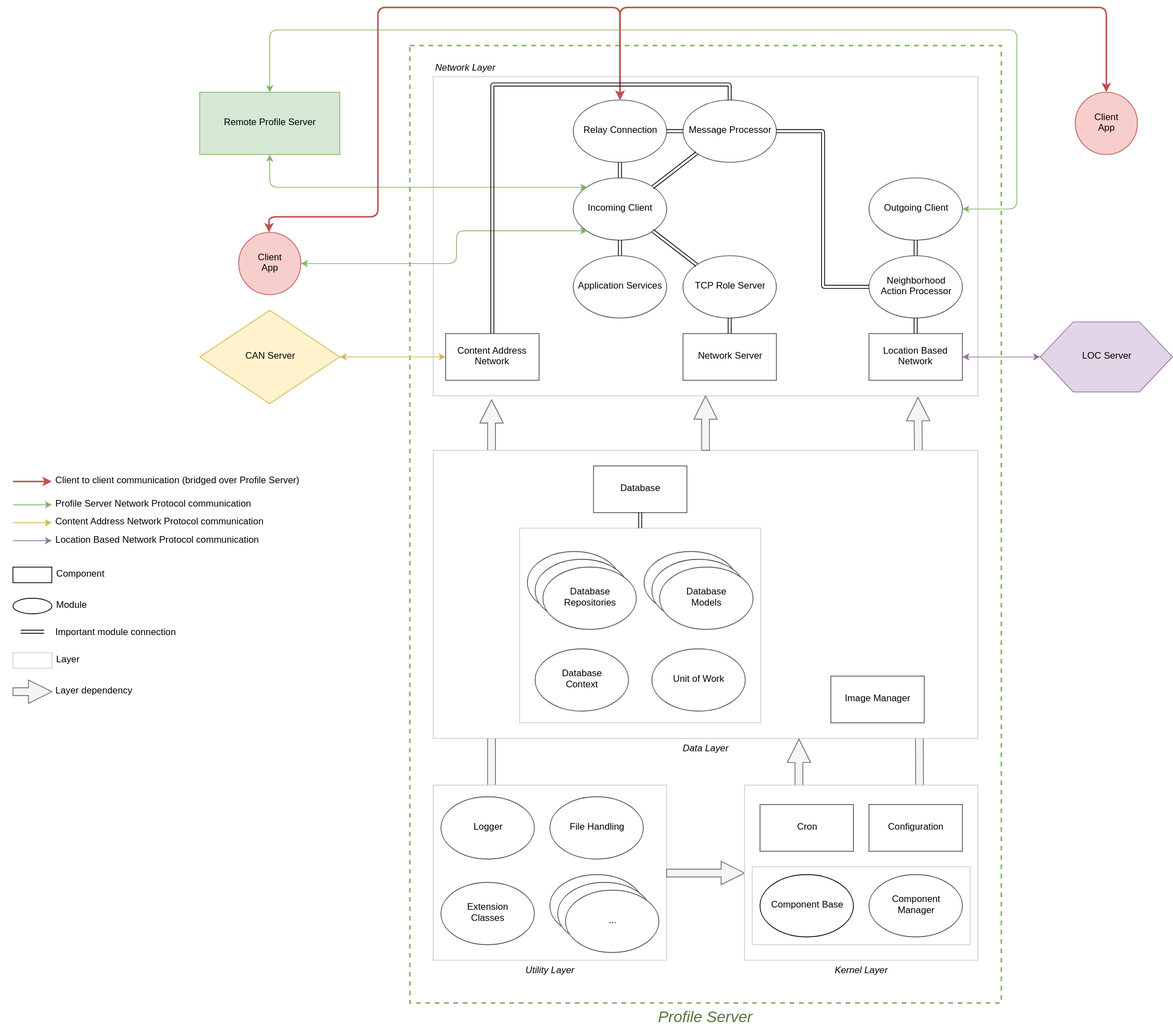
This is docs/images/ps-component-layers.svg from Internet-of-People/iop-profile-server, a draw.io export, as it was before one commit. Source tidied: cells renumbered, new cells last; positions are measured from the earlier drawing's top-left corner, leaving out a move shared by most shapes.
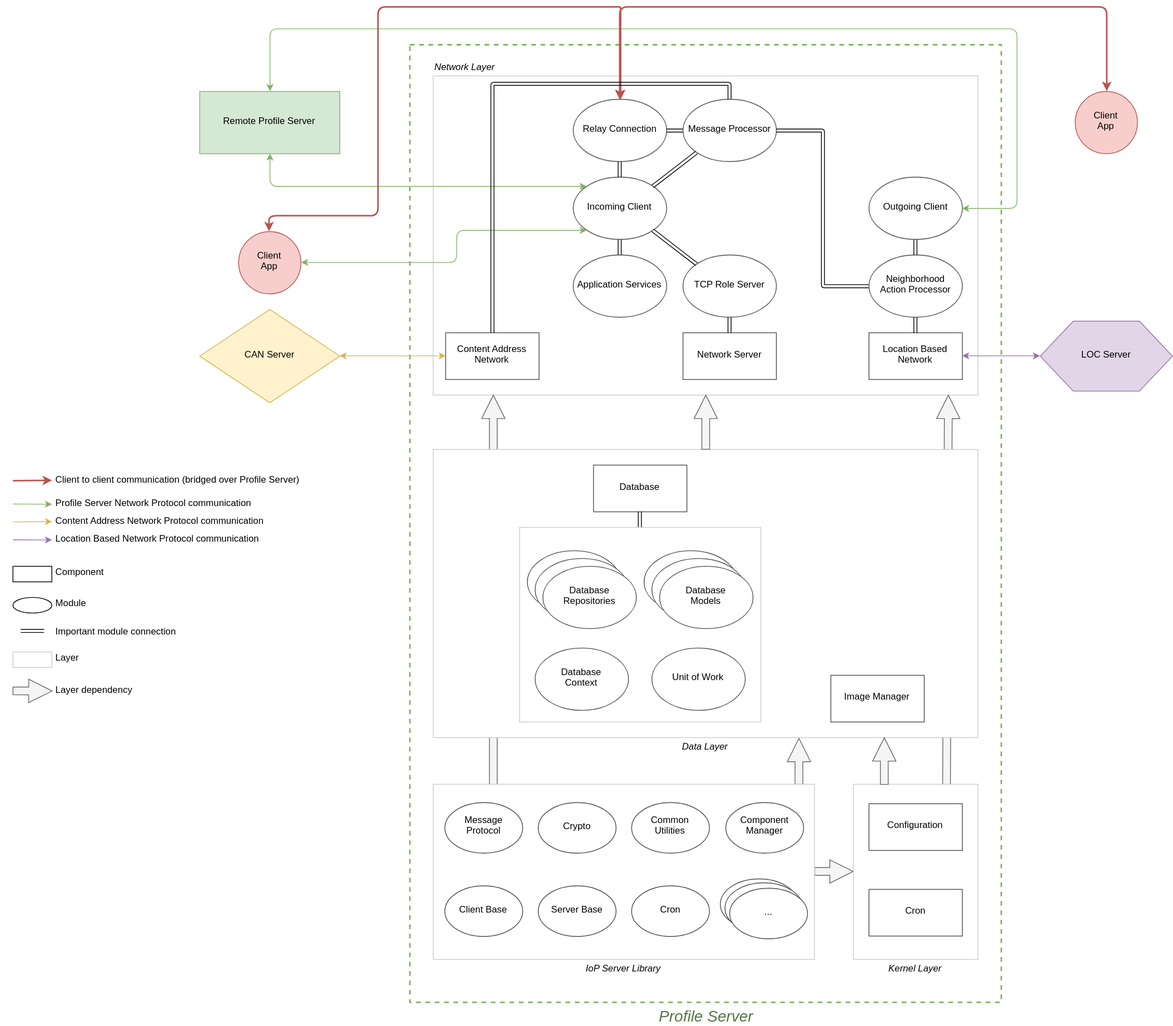
After the commit.

Commit message:
profile server architecture picture update

Diff of the diagram source:
```diff
@@ -8,13 +8,11 @@
     <mxCell id="3" value="Network Layer&lt;br&gt;" style="whiteSpace=wrap;html=1;strokeColor=#CCCCCC;align=left;labelPosition=center;verticalLabelPosition=top;verticalAlign=bottom;fontStyle=2;" parent="1" vertex="1">
       <mxGeometry x="540" y="89" width="700" height="410" as="geometry" />
     </mxCell>
-    <mxCell id="4" style="endArrow=classic;html=1;strokeWidth=1;fontColor=#CCCCCC;exitX=0.75;exitY=0;entryX=0.89;entryY=1.005;entryPerimeter=0;shape=arrow;fillColor=#f5f5f5;strokeColor=#666666;" parent="1" edge="1" source="46" target="3">
+    <mxCell id="4" style="endArrow=classic;html=1;strokeWidth=1;fontColor=#CCCCCC;exitX=0.75;exitY=0;shape=arrow;fillColor=#f5f5f5;strokeColor=#666666;entryX=0.946;entryY=1;entryPerimeter=0;" parent="1" edge="1" source="46" target="3">
       <mxGeometry relative="1" as="geometry" />
     </mxCell>
-    <mxCell id="5" style="endArrow=classic;html=1;strokeWidth=1;fontColor=#CCCCCC;exitX=0.25;exitY=0;shape=arrow;labelBackgroundColor=#CCCCCC;fillColor=#f5f5f5;strokeColor=#666666;" parent="1" edge="1" source="20">
-      <mxGeometry relative="1" as="geometry">
-        <mxPoint x="615" y="504" as="targetPoint" />
-      </mxGeometry>
+    <mxCell id="5" style="endArrow=classic;html=1;strokeWidth=1;fontColor=#CCCCCC;exitX=0.158;exitY=0.001;shape=arrow;labelBackgroundColor=#CCCCCC;fillColor=#f5f5f5;strokeColor=#666666;exitPerimeter=0;entryX=0.111;entryY=1;entryPerimeter=0;" parent="1" edge="1" source="20" target="3">
+      <mxGeometry relative="1" as="geometry" />
     </mxCell>
     <mxCell id="6" value="Network Server&lt;br&gt;" style="whiteSpace=wrap;html=1;strokeColor=#4D4D4D;align=center;" parent="1" vertex="1">
       <mxGeometry x="861" y="419" width="120" height="60" as="geometry" />
@@ -55,30 +53,6 @@
     <mxCell id="18" style="endArrow=classic;startArrow=classic;html=1;strokeWidth=1;entryX=0.5;entryY=0;exitX=0.5;exitY=1;shape=link;" parent="1" edge="1" source="11" target="9">
       <mxGeometry relative="1" as="geometry" />
     </mxCell>
-    <mxCell id="19" style="group;" parent="1" vertex="1">
-      <mxGeometry x="540" y="999" width="300" height="225" as="geometry" />
-    </mxCell>
-    <mxCell id="20" value="Utility Layer&lt;br&gt;" style="whiteSpace=wrap;html=1;strokeColor=#CCCCCC;align=center;labelPosition=center;verticalLabelPosition=bottom;verticalAlign=top;fontStyle=2;" parent="19" vertex="1">
-      <mxGeometry width="300" height="225" as="geometry" />
-    </mxCell>
-    <mxCell id="21" value="Logger" style="ellipse;whiteSpace=wrap;html=1;strokeColor=#4D4D4D;align=center;" parent="19" vertex="1">
-      <mxGeometry x="10" y="15" width="120" height="80" as="geometry" />
-    </mxCell>
-    <mxCell id="22" value="Extension&lt;br&gt;Classes&lt;br&gt;" style="ellipse;whiteSpace=wrap;html=1;strokeColor=#4D4D4D;align=center;" parent="19" vertex="1">
-      <mxGeometry x="10" y="125" width="120" height="80" as="geometry" />
-    </mxCell>
-    <mxCell id="23" value="File Handling&lt;br&gt;" style="ellipse;whiteSpace=wrap;html=1;strokeColor=#4D4D4D;align=center;" parent="19" vertex="1">
-      <mxGeometry x="150" y="15" width="120" height="80" as="geometry" />
-    </mxCell>
-    <mxCell id="24" style="ellipse;whiteSpace=wrap;html=1;strokeColor=#4D4D4D;align=center;" parent="19" vertex="1">
-      <mxGeometry x="150" y="115" width="120" height="80" as="geometry" />
-    </mxCell>
-    <mxCell id="25" style="ellipse;whiteSpace=wrap;html=1;strokeColor=#4D4D4D;align=center;" parent="19" vertex="1">
-      <mxGeometry x="160" y="125" width="120" height="80" as="geometry" />
-    </mxCell>
-    <mxCell id="26" value="..." style="ellipse;whiteSpace=wrap;html=1;strokeColor=#4D4D4D;align=center;" parent="19" vertex="1">
-      <mxGeometry x="170" y="135" width="120" height="80" as="geometry" />
-    </mxCell>
     <mxCell id="27" style="endArrow=classic;html=1;strokeWidth=1;entryX=0;entryY=0.5;exitX=1;exitY=0.5;shape=arrow;fontColor=#CCCCCC;fillColor=#f5f5f5;strokeColor=#666666;" parent="1" edge="1" source="20" target="46">
       <mxGeometry relative="1" as="geometry" />
     </mxCell>
@@ -136,27 +110,6 @@
     <mxCell id="44" style="endArrow=classic;html=1;strokeWidth=1;fontColor=#CCCCCC;exitX=0.5;exitY=0;entryX=0.5;entryY=1;shape=arrow;fillColor=#f5f5f5;strokeColor=#666666;" parent="1" edge="1" source="29" target="3">
       <mxGeometry relative="1" as="geometry" />
     </mxCell>
-    <mxCell id="45" style="group;" parent="1" vertex="1">
-      <mxGeometry x="940" y="999" width="300" height="225" as="geometry" />
-    </mxCell>
-    <mxCell id="46" value="Kernel Layer&lt;br&gt;" style="whiteSpace=wrap;html=1;strokeColor=#CCCCCC;align=center;labelPosition=center;verticalLabelPosition=bottom;verticalAlign=top;fontStyle=2;" parent="45" vertex="1">
-      <mxGeometry width="300" height="225" as="geometry" />
-    </mxCell>
-    <mxCell id="47" style="whiteSpace=wrap;html=1;strokeColor=#CCCCCC;align=center;" parent="45" vertex="1">
-      <mxGeometry x="10" y="105" width="280" height="100" as="geometry" />
-    </mxCell>
-    <mxCell id="48" value="Component Base&lt;br&gt;" style="ellipse;whiteSpace=wrap;html=1;strokeColor=#000000;fontColor=#000000;align=center;" parent="45" vertex="1">
-      <mxGeometry x="20" y="115" width="120" height="80" as="geometry" />
-    </mxCell>
-    <mxCell id="49" value="Configuration" style="whiteSpace=wrap;html=1;strokeColor=#4D4D4D;align=center;" parent="45" vertex="1">
-      <mxGeometry x="160" y="25" width="120" height="60" as="geometry" />
-    </mxCell>
-    <mxCell id="50" value="Cron" style="whiteSpace=wrap;html=1;strokeColor=#4D4D4D;align=center;" parent="45" vertex="1">
-      <mxGeometry x="20" y="25" width="120" height="60" as="geometry" />
-    </mxCell>
-    <mxCell id="51" value="Component&lt;br&gt;Manager&lt;br&gt;" style="ellipse;whiteSpace=wrap;html=1;strokeColor=#4D4D4D;align=center;" parent="45" vertex="1">
-      <mxGeometry x="160" y="115" width="120" height="80" as="geometry" />
-    </mxCell>
     <mxCell id="52" value="CAN Server&lt;br&gt;" style="rhombus;whiteSpace=wrap;html=1;strokeColor=#d6b656;fontColor=#000000;align=center;fillColor=#fff2cc;" parent="1" vertex="1">
       <mxGeometry x="240" y="389" width="180" height="120" as="geometry" />
     </mxCell>
@@ -314,5 +267,50 @@
         </Array>
       </mxGeometry>
     </mxCell>
+    <mxCell id="46" value="Kernel Layer&lt;br&gt;" style="whiteSpace=wrap;html=1;strokeColor=#CCCCCC;align=center;labelPosition=center;verticalLabelPosition=bottom;verticalAlign=top;fontStyle=2;" parent="1" vertex="1">
+      <mxGeometry x="1080" y="999" width="160" height="225" as="geometry" />
+    </mxCell>
+    <mxCell id="49" value="Configuration" style="whiteSpace=wrap;html=1;strokeColor=#4D4D4D;align=center;" parent="1" vertex="1">
+      <mxGeometry x="1100" y="1024" width="120" height="60" as="geometry" />
+    </mxCell>
+    <mxCell id="50" value="Cron" style="whiteSpace=wrap;html=1;strokeColor=#4D4D4D;align=center;" parent="1" vertex="1">
+      <mxGeometry x="1100" y="1134" width="120" height="60" as="geometry" />
+    </mxCell>
+    <mxCell id="20" value="IoP Server Library" style="whiteSpace=wrap;html=1;strokeColor=#CCCCCC;align=center;labelPosition=center;verticalLabelPosition=bottom;verticalAlign=top;fontStyle=2;" parent="1" vertex="1">
+      <mxGeometry x="540" y="999" width="490" height="225" as="geometry" />
+    </mxCell>
+    <mxCell id="21" value="Message&lt;br&gt;Protocol" style="ellipse;whiteSpace=wrap;html=1;strokeColor=#4D4D4D;align=center;" parent="1" vertex="1">
+      <mxGeometry x="555" y="1022" width="100" height="65" as="geometry" />
+    </mxCell>
+    <mxCell id="86" style="endArrow=classic;html=1;strokeWidth=1;fontColor=#CCCCCC;shape=arrow;fillColor=#f5f5f5;strokeColor=#666666;exitX=0.25;exitY=0;entryX=0.828;entryY=0.999;entryPerimeter=0;" parent="1" edge="1" source="46" target="29">
+      <mxGeometry relative="1" as="geometry" />
+    </mxCell>
+    <mxCell id="87" value="Crypto" style="ellipse;whiteSpace=wrap;html=1;strokeColor=#4D4D4D;align=center;" parent="1" vertex="1">
+      <mxGeometry x="675" y="1022" width="100" height="65" as="geometry" />
+    </mxCell>
+    <mxCell id="88" value="Common &lt;br&gt;Utilities" style="ellipse;whiteSpace=wrap;html=1;strokeColor=#4D4D4D;align=center;" parent="1" vertex="1">
+      <mxGeometry x="795" y="1022" width="100" height="65" as="geometry" />
+    </mxCell>
+    <mxCell id="51" value="Component &lt;br&gt;Manager" style="ellipse;whiteSpace=wrap;html=1;strokeColor=#4D4D4D;align=center;" parent="1" vertex="1">
+      <mxGeometry x="916" y="1022" width="100" height="65" as="geometry" />
+    </mxCell>
+    <mxCell id="89" value="Client Base" style="ellipse;whiteSpace=wrap;html=1;strokeColor=#4D4D4D;align=center;" parent="1" vertex="1">
+      <mxGeometry x="555" y="1129" width="100" height="65" as="geometry" />
+    </mxCell>
+    <mxCell id="90" value="Server Base" style="ellipse;whiteSpace=wrap;html=1;strokeColor=#4D4D4D;align=center;" parent="1" vertex="1">
+      <mxGeometry x="675" y="1129" width="100" height="65" as="geometry" />
+    </mxCell>
+    <mxCell id="91" value="Cron" style="ellipse;whiteSpace=wrap;html=1;strokeColor=#4D4D4D;align=center;" parent="1" vertex="1">
+      <mxGeometry x="795" y="1129" width="100" height="65" as="geometry" />
+    </mxCell>
+    <mxCell id="92" value="..." style="ellipse;whiteSpace=wrap;html=1;strokeColor=#4D4D4D;align=center;" parent="1" vertex="1">
+      <mxGeometry x="909" y="1120" width="100" height="65" as="geometry" />
+    </mxCell>
+    <mxCell id="93" value="..." style="ellipse;whiteSpace=wrap;html=1;strokeColor=#4D4D4D;align=center;" parent="1" vertex="1">
+      <mxGeometry x="915" y="1126" width="100" height="65" as="geometry" />
+    </mxCell>
+    <mxCell id="94" value="..." style="ellipse;whiteSpace=wrap;html=1;strokeColor=#4D4D4D;align=center;" parent="1" vertex="1">
+      <mxGeometry x="921" y="1132" width="100" height="65" as="geometry" />
+    </mxCell>
   </root>
 </mxGraphModel>
```
